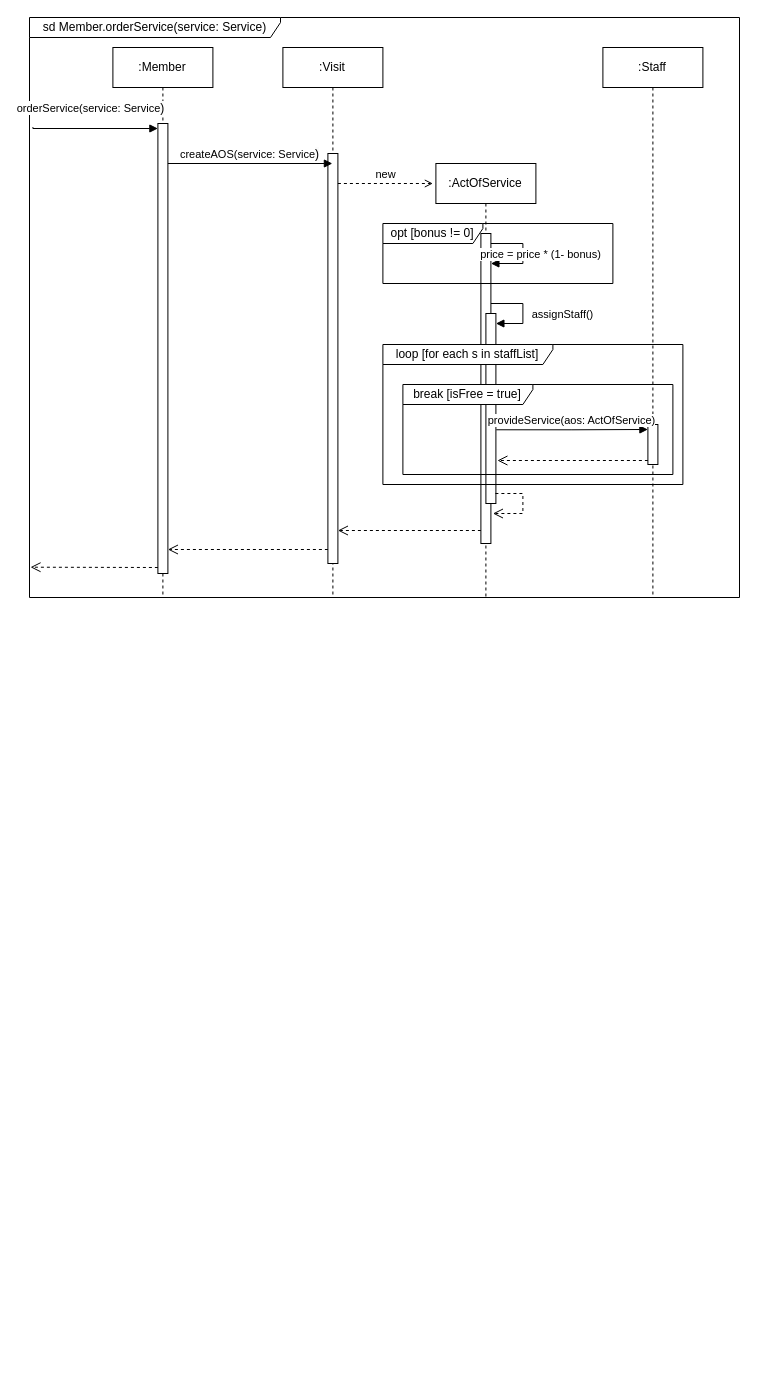
Above: page "Диаграмма последовательностей" (2 of 3) of Lab_2/Lab_2.drawio in 4lnULpGkuW/OOAD (draw.io), before the change. Source tidied: cells renumbered, new cells numbered last; positions are measured from the earlier drawing's top-left corner, leaving out a move shared by most shapes. Both pictures are drawn from the tidied source at 100%, with x=0, y=0 at pixel (29, 17).
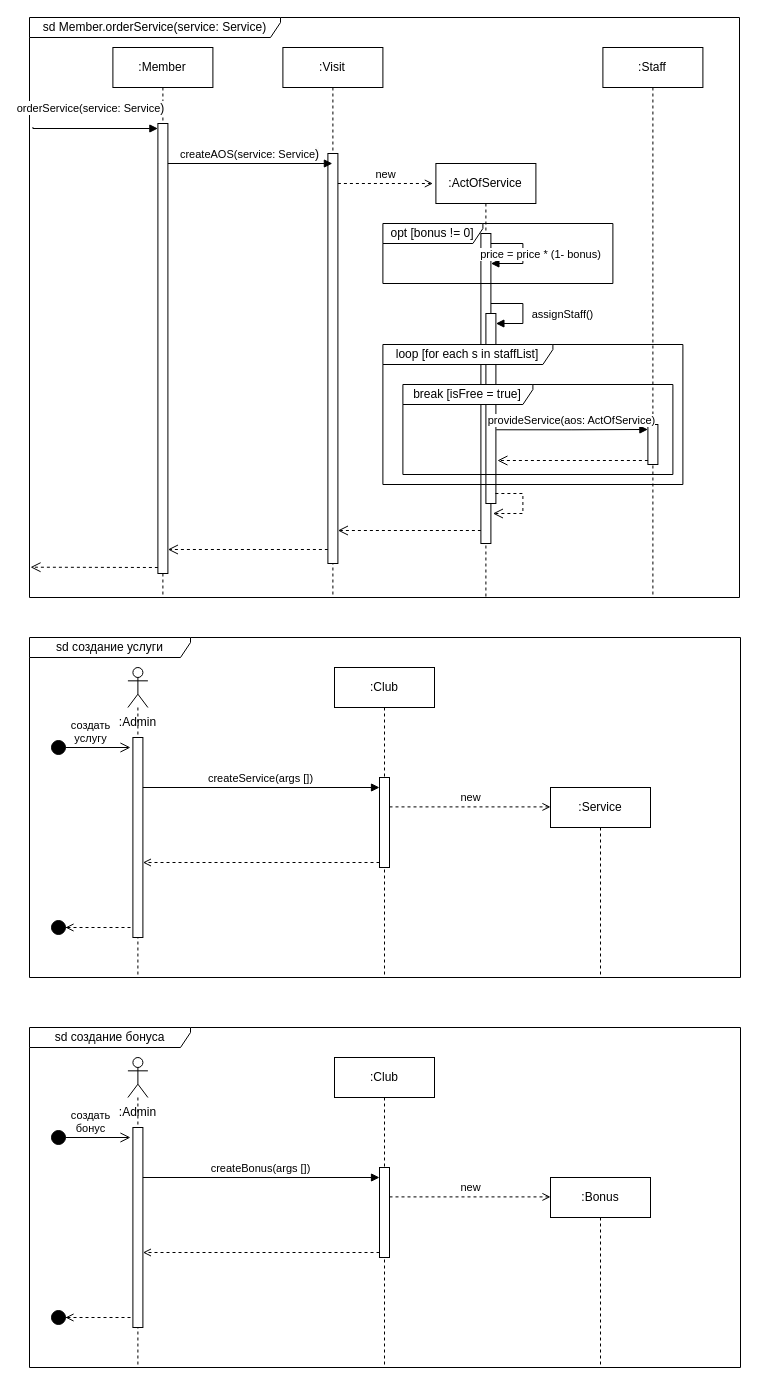
The same page after the edit.

The edit, as a diff of the source:
```diff
@@
+    <mxCell id="26" value="sd создание услуги" style="shape=umlFrame;whiteSpace=wrap;html=1;width=161;height=20;" parent="1" vertex="1">
+      <mxGeometry y="620" width="711" height="340" as="geometry" />
+    </mxCell>
+    <mxCell id="27" style="shape=umlLifeline;perimeter=lifelinePerimeter;whiteSpace=wrap;html=1;newEdgeStyle={&quot;curved&quot;:0,&quot;rounded&quot;:0};participant=umlActor;" parent="1" vertex="1">
+      <mxGeometry x="98.4" y="650" width="20" height="310" as="geometry" />
+    </mxCell>
+    <mxCell id="28" style="html=1;points=[[0,0,0,0,5],[0,1,0,0,-5],[1,0,0,0,5],[1,1,0,0,-5]];perimeter=orthogonalPerimeter;outlineConnect=0;targetShapes=umlLifeline;portConstraint=eastwest;newEdgeStyle={&quot;curved&quot;:0,&quot;rounded&quot;:0};" parent="27" vertex="1">
+      <mxGeometry x="5" y="70" width="10" height="200" as="geometry" />
+    </mxCell>
+    <mxCell id="29" value=":Admin" style="text;html=1;align=center;verticalAlign=middle;strokeColor=none;fillColor=none;" parent="1" vertex="1">
+      <mxGeometry x="78.4" y="690" width="60" height="30" as="geometry" />
+    </mxCell>
+    <mxCell id="30" value=":Club" style="shape=umlLifeline;perimeter=lifelinePerimeter;whiteSpace=wrap;html=1;newEdgeStyle={&quot;curved&quot;:0,&quot;rounded&quot;:0};" parent="1" vertex="1">
+      <mxGeometry x="305" y="650" width="100" height="310" as="geometry" />
+    </mxCell>
+    <mxCell id="31" style="html=1;points=[[0,0,0,0,5],[0,1,0,0,-5],[1,0,0,0,5],[1,1,0,0,-5]];perimeter=orthogonalPerimeter;outlineConnect=0;targetShapes=umlLifeline;portConstraint=eastwest;newEdgeStyle={&quot;curved&quot;:0,&quot;rounded&quot;:0};" parent="30" vertex="1">
+      <mxGeometry x="45" y="110" width="10" height="90" as="geometry" />
+    </mxCell>
+    <mxCell id="32" value="createServiсe(args [])" style="html=1;verticalAlign=bottom;endArrow=block;curved=0;rounded=0;" parent="1" edge="1">
+      <mxGeometry relative="1" as="geometry">
+        <mxPoint x="113.4" y="770" as="sourcePoint" />
+        <mxPoint x="350" y="770" as="targetPoint" />
+      </mxGeometry>
+    </mxCell>
+    <mxCell id="33" value=":Service" style="shape=umlLifeline;perimeter=lifelinePerimeter;whiteSpace=wrap;html=1;newEdgeStyle={&quot;curved&quot;:0,&quot;rounded&quot;:0};" parent="1" vertex="1">
+      <mxGeometry x="521" y="770" width="100" height="190" as="geometry" />
+    </mxCell>
+    <mxCell id="34" value="new" style="html=1;verticalAlign=bottom;endArrow=open;curved=0;rounded=0;dashed=1;endFill=0;entryX=0;entryY=0.067;entryDx=0;entryDy=0;entryPerimeter=0;" parent="1" edge="1">
+      <mxGeometry relative="1" as="geometry">
+        <mxPoint x="360" y="789.4" as="sourcePoint" />
+        <mxPoint x="521" y="789.4" as="targetPoint" />
+      </mxGeometry>
+    </mxCell>
+    <mxCell id="35" style="html=1;verticalAlign=bottom;endArrow=open;curved=0;rounded=0;dashed=1;endFill=0;exitX=0;exitY=1;exitDx=0;exitDy=-5;exitPerimeter=0;" parent="1" edge="1" source="31" target="28">
+      <mxGeometry relative="1" as="geometry" />
+    </mxCell>
+    <mxCell id="36" value="создать&lt;div&gt;услугу&lt;/div&gt;" style="html=1;verticalAlign=bottom;startArrow=circle;startFill=1;endArrow=open;startSize=6;endSize=8;curved=0;rounded=0;" parent="1" edge="1">
+      <mxGeometry relative="1" as="geometry">
+        <mxPoint x="21" y="730" as="sourcePoint" />
+        <mxPoint x="101" y="730" as="targetPoint" />
+      </mxGeometry>
+    </mxCell>
+    <mxCell id="37" style="html=1;verticalAlign=bottom;startArrow=circle;startFill=1;endArrow=none;startSize=6;endSize=8;curved=0;rounded=0;endFill=0;dashed=1;" parent="1" edge="1">
+      <mxGeometry relative="1" as="geometry">
+        <mxPoint x="21" y="910" as="sourcePoint" />
+        <mxPoint x="41" y="910" as="targetPoint" />
+      </mxGeometry>
+    </mxCell>
+    <mxCell id="38" style="html=1;verticalAlign=bottom;endArrow=open;curved=0;rounded=0;dashed=1;endFill=0;" parent="1" edge="1">
+      <mxGeometry relative="1" as="geometry">
+        <mxPoint x="101" y="910" as="sourcePoint" />
+        <mxPoint x="36" y="910" as="targetPoint" />
+      </mxGeometry>
+    </mxCell>
+    <mxCell id="39" value="sd создание бонуса" style="shape=umlFrame;whiteSpace=wrap;html=1;width=161;height=20;" parent="1" vertex="1">
+      <mxGeometry y="1010" width="711" height="340" as="geometry" />
+    </mxCell>
+    <mxCell id="40" style="shape=umlLifeline;perimeter=lifelinePerimeter;whiteSpace=wrap;html=1;newEdgeStyle={&quot;curved&quot;:0,&quot;rounded&quot;:0};participant=umlActor;" parent="1" vertex="1">
+      <mxGeometry x="98.4" y="1040" width="20" height="310" as="geometry" />
+    </mxCell>
+    <mxCell id="41" style="html=1;points=[[0,0,0,0,5],[0,1,0,0,-5],[1,0,0,0,5],[1,1,0,0,-5]];perimeter=orthogonalPerimeter;outlineConnect=0;targetShapes=umlLifeline;portConstraint=eastwest;newEdgeStyle={&quot;curved&quot;:0,&quot;rounded&quot;:0};" parent="40" vertex="1">
+      <mxGeometry x="5" y="70" width="10" height="200" as="geometry" />
+    </mxCell>
+    <mxCell id="42" value=":Admin" style="text;html=1;align=center;verticalAlign=middle;strokeColor=none;fillColor=none;" parent="1" vertex="1">
+      <mxGeometry x="78.4" y="1080" width="60" height="30" as="geometry" />
+    </mxCell>
+    <mxCell id="43" value=":Club" style="shape=umlLifeline;perimeter=lifelinePerimeter;whiteSpace=wrap;html=1;newEdgeStyle={&quot;curved&quot;:0,&quot;rounded&quot;:0};" parent="1" vertex="1">
+      <mxGeometry x="305" y="1040" width="100" height="310" as="geometry" />
+    </mxCell>
+    <mxCell id="44" style="html=1;points=[[0,0,0,0,5],[0,1,0,0,-5],[1,0,0,0,5],[1,1,0,0,-5]];perimeter=orthogonalPerimeter;outlineConnect=0;targetShapes=umlLifeline;portConstraint=eastwest;newEdgeStyle={&quot;curved&quot;:0,&quot;rounded&quot;:0};" parent="43" vertex="1">
+      <mxGeometry x="45" y="110" width="10" height="90" as="geometry" />
+    </mxCell>
+    <mxCell id="45" value="createBonus(args [])" style="html=1;verticalAlign=bottom;endArrow=block;curved=0;rounded=0;" parent="1" edge="1">
+      <mxGeometry relative="1" as="geometry">
+        <mxPoint x="113.4" y="1160" as="sourcePoint" />
+        <mxPoint x="350" y="1160" as="targetPoint" />
+      </mxGeometry>
+    </mxCell>
+    <mxCell id="46" value=":Bonus" style="shape=umlLifeline;perimeter=lifelinePerimeter;whiteSpace=wrap;html=1;newEdgeStyle={&quot;curved&quot;:0,&quot;rounded&quot;:0};" parent="1" vertex="1">
+      <mxGeometry x="521" y="1160" width="100" height="190" as="geometry" />
+    </mxCell>
+    <mxCell id="47" value="new" style="html=1;verticalAlign=bottom;endArrow=open;curved=0;rounded=0;dashed=1;endFill=0;entryX=0;entryY=0.067;entryDx=0;entryDy=0;entryPerimeter=0;" parent="1" edge="1">
+      <mxGeometry relative="1" as="geometry">
+        <mxPoint x="360" y="1179.4" as="sourcePoint" />
+        <mxPoint x="521" y="1179.4" as="targetPoint" />
+      </mxGeometry>
+    </mxCell>
+    <mxCell id="48" style="html=1;verticalAlign=bottom;endArrow=open;curved=0;rounded=0;dashed=1;endFill=0;exitX=0;exitY=1;exitDx=0;exitDy=-5;exitPerimeter=0;" parent="1" edge="1" source="44" target="41">
+      <mxGeometry relative="1" as="geometry" />
+    </mxCell>
+    <mxCell id="49" value="создать&lt;div&gt;бонус&lt;/div&gt;" style="html=1;verticalAlign=bottom;startArrow=circle;startFill=1;endArrow=open;startSize=6;endSize=8;curved=0;rounded=0;" parent="1" edge="1">
+      <mxGeometry relative="1" as="geometry">
+        <mxPoint x="21" y="1120" as="sourcePoint" />
+        <mxPoint x="101" y="1120" as="targetPoint" />
+      </mxGeometry>
+    </mxCell>
+    <mxCell id="50" style="html=1;verticalAlign=bottom;startArrow=circle;startFill=1;endArrow=none;startSize=6;endSize=8;curved=0;rounded=0;endFill=0;dashed=1;" parent="1" edge="1">
+      <mxGeometry relative="1" as="geometry">
+        <mxPoint x="21" y="1300" as="sourcePoint" />
+        <mxPoint x="41" y="1300" as="targetPoint" />
+      </mxGeometry>
+    </mxCell>
+    <mxCell id="51" style="html=1;verticalAlign=bottom;endArrow=open;curved=0;rounded=0;dashed=1;endFill=0;" parent="1" edge="1">
+      <mxGeometry relative="1" as="geometry">
+        <mxPoint x="101" y="1300" as="sourcePoint" />
+        <mxPoint x="36" y="1300" as="targetPoint" />
+      </mxGeometry>
+    </mxCell>
```
